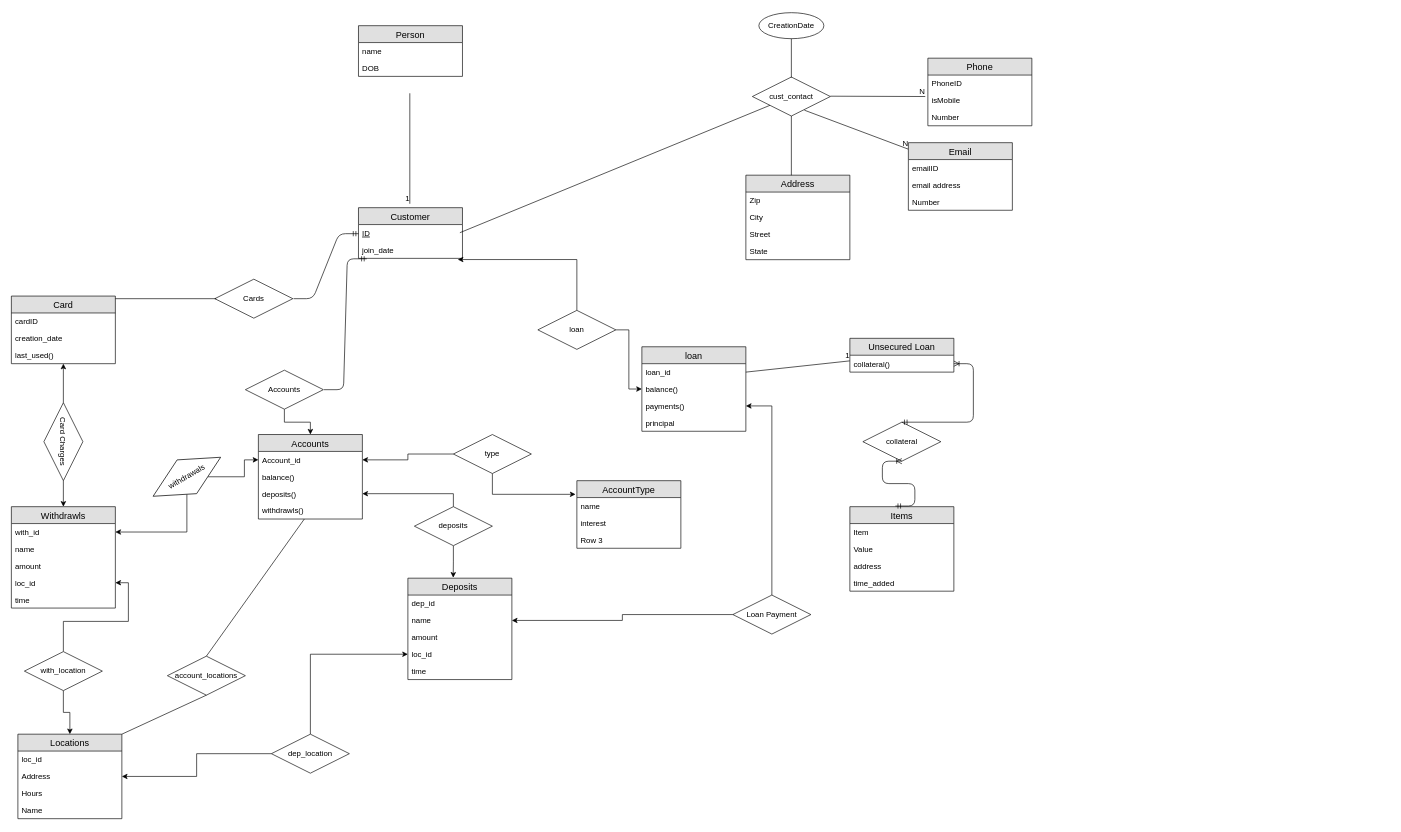
Before: CSE341-initial.drawio in codyben/cse341-final-proj, a draw.io diagram. Source tidied: cells renumbered, new cells numbered last; positions are measured from the earlier drawing's top-left corner, leaving out a move shared by most shapes. Both pictures are drawn from the tidied source at 65%, with x=0, y=0 at pixel (11, 12).
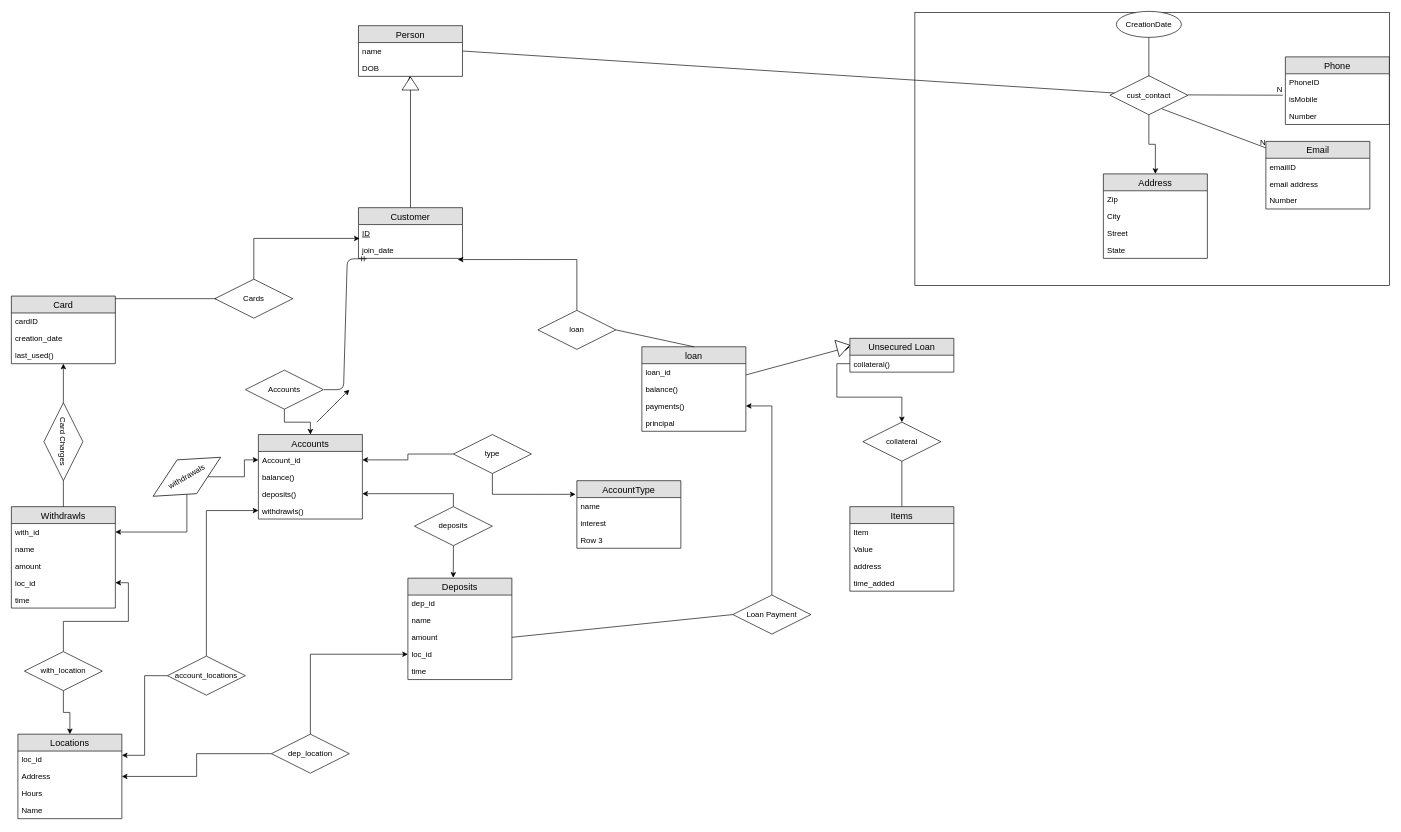
The same page after the edit.

The change refers to these unchanged cells:
```xml
<mxCell id="3" value="name&#10;" style="text;strokeColor=none;fillColor=none;spacingLeft=4;spacingRight=4;overflow=hidden;points=[[0,0.5],[1,0.5]];portConstraint=eastwest;fontSize=12;" parent="2" vertex="1">
  <mxGeometry y="26" width="160" height="26" as="geometry" />
</mxCell>
<mxCell id="4" value="DOB" style="text;strokeColor=none;fillColor=none;spacingLeft=4;spacingRight=4;overflow=hidden;points=[[0,0.5],[1,0.5]];portConstraint=eastwest;fontSize=12;" parent="2" vertex="1">
  <mxGeometry y="52" width="160" height="26" as="geometry" />
</mxCell>
<mxCell id="7" value="Customer" style="swimlane;fontStyle=0;horizontal=1;startSize=26;fillColor=#e0e0e0;swimlaneFillColor=#ffffff;align=center;fontSize=14;" parent="1" vertex="1">
  <mxGeometry x="534" y="300" width="160" height="78" as="geometry" />
</mxCell>
<mxCell id="9" value="join_date" style="text;strokeColor=none;fillColor=none;spacingLeft=4;spacingRight=4;overflow=hidden;points=[[0,0.5],[1,0.5]];portConstraint=eastwest;fontSize=12;" parent="7" vertex="1">
  <mxGeometry y="52" width="160" height="26" as="geometry" />
</mxCell>
<mxCell id="33" value="Cards" style="shape=rhombus;perimeter=rhombusPerimeter;whiteSpace=wrap;html=1;align=center;" parent="1" vertex="1">
  <mxGeometry x="313" y="410" width="120" height="60" as="geometry" />
</mxCell>
<mxCell id="41" value="Card Charges&lt;br&gt;" style="shape=rhombus;perimeter=rhombusPerimeter;whiteSpace=wrap;html=1;align=center;rotation=90;" parent="1" vertex="1">
  <mxGeometry x="20" y="630" width="120" height="60" as="geometry" />
</mxCell>
<mxCell id="42" value="Withdrawls" style="swimlane;fontStyle=0;horizontal=1;startSize=26;fillColor=#e0e0e0;swimlaneFillColor=#ffffff;align=center;fontSize=14;" parent="1" vertex="1">
  <mxGeometry y="760" width="160" height="156" as="geometry" />
</mxCell>
<mxCell id="55" value="withdrawls()" style="text;strokeColor=none;fillColor=none;spacingLeft=4;spacingRight=4;overflow=hidden;points=[[0,0.5],[1,0.5]];portConstraint=eastwest;fontSize=12;" parent="51" vertex="1">
  <mxGeometry y="104" width="160" height="26" as="geometry" />
</mxCell>
<mxCell id="64" value="name" style="text;strokeColor=none;fillColor=none;spacingLeft=4;spacingRight=4;overflow=hidden;points=[[0,0.5],[1,0.5]];portConstraint=eastwest;fontSize=12;" parent="62" vertex="1">
  <mxGeometry y="52" width="160" height="26" as="geometry" />
</mxCell>
<mxCell id="65" value="amount" style="text;strokeColor=none;fillColor=none;spacingLeft=4;spacingRight=4;overflow=hidden;points=[[0,0.5],[1,0.5]];portConstraint=eastwest;fontSize=12;" parent="62" vertex="1">
  <mxGeometry y="78" width="160" height="26" as="geometry" />
</mxCell>
<mxCell id="77" value="loan" style="shape=rhombus;perimeter=rhombusPerimeter;whiteSpace=wrap;html=1;align=center;" parent="1" vertex="1">
  <mxGeometry x="810" y="458" width="120" height="60" as="geometry" />
</mxCell>
<mxCell id="78" value="loan" style="swimlane;fontStyle=0;horizontal=1;startSize=26;fillColor=#e0e0e0;swimlaneFillColor=#ffffff;align=center;fontSize=14;" parent="1" vertex="1">
  <mxGeometry x="970" y="514" width="160" height="130" as="geometry" />
</mxCell>
<mxCell id="79" value="loan_id" style="text;strokeColor=none;fillColor=none;spacingLeft=4;spacingRight=4;overflow=hidden;points=[[0,0.5],[1,0.5]];portConstraint=eastwest;fontSize=12;" parent="78" vertex="1">
  <mxGeometry y="26" width="160" height="26" as="geometry" />
</mxCell>
<mxCell id="85" value="Loan Payment" style="shape=rhombus;perimeter=rhombusPerimeter;whiteSpace=wrap;html=1;align=center;" parent="1" vertex="1">
  <mxGeometry x="1110" y="896" width="120" height="60" as="geometry" />
</mxCell>
<mxCell id="86" value="Locations" style="swimlane;fontStyle=0;horizontal=1;startSize=26;fillColor=#e0e0e0;swimlaneFillColor=#ffffff;align=center;fontSize=14;" parent="1" vertex="1">
  <mxGeometry x="10" y="1110" width="160" height="130" as="geometry" />
</mxCell>
<mxCell id="93" value="Unsecured Loan" style="swimlane;fontStyle=0;horizontal=1;startSize=26;fillColor=#e0e0e0;swimlaneFillColor=#ffffff;align=center;fontSize=14;" parent="1" vertex="1">
  <mxGeometry x="1290" y="501" width="160" height="52" as="geometry" />
</mxCell>
<mxCell id="94" value="collateral()" style="text;strokeColor=none;fillColor=none;spacingLeft=4;spacingRight=4;overflow=hidden;points=[[0,0.5],[1,0.5]];portConstraint=eastwest;fontSize=12;" parent="93" vertex="1">
  <mxGeometry y="26" width="160" height="26" as="geometry" />
</mxCell>
<mxCell id="95" value="Items" style="swimlane;fontStyle=0;horizontal=1;startSize=26;fillColor=#e0e0e0;swimlaneFillColor=#ffffff;align=center;fontSize=14;" parent="1" vertex="1">
  <mxGeometry x="1290" y="760" width="160" height="130" as="geometry" />
</mxCell>
<mxCell id="100" value="collateral" style="shape=rhombus;perimeter=rhombusPerimeter;whiteSpace=wrap;html=1;align=center;" parent="1" vertex="1">
  <mxGeometry x="1310" y="630" width="120" height="60" as="geometry" />
</mxCell>
<mxCell id="103" value="account_locations" style="shape=rhombus;perimeter=rhombusPerimeter;whiteSpace=wrap;html=1;align=center;" parent="1" vertex="1">
  <mxGeometry x="240" y="990" width="120" height="60" as="geometry" />
</mxCell>
```

Change to the diagram source:
```diff
@@
-    <mxCell id="5" style="endArrow=none;html=1;rounded=0;" parent="1" edge="1">
-      <mxGeometry relative="1" as="geometry">
-        <mxPoint x="613" y="124" as="sourcePoint" />
-        <mxPoint x="613" y="294" as="targetPoint" />
-      </mxGeometry>
-    </mxCell>
-    <mxCell id="6" value="1" style="html=1;align=right;verticalAlign=bottom;" parent="5" vertex="1">
-      <mxGeometry x="1" relative="1" as="geometry" />
-    </mxCell>
@@
-    <mxCell id="10" value="cust_contact" style="shape=rhombus;perimeter=rhombusPerimeter;whiteSpace=wrap;html=1;align=center;" parent="1" vertex="1">
-      <mxGeometry x="1140" y="99" width="120" height="60" as="geometry" />
-    </mxCell>
-    <mxCell id="11" style="endArrow=none;html=1;rounded=0;" parent="1" edge="1">
-      <mxGeometry relative="1" as="geometry">
-        <mxPoint x="1260" y="128.5" as="sourcePoint" />
-        <mxPoint x="1406" y="129" as="targetPoint" />
-      </mxGeometry>
-    </mxCell>
-    <mxCell id="12" value="N" style="html=1;align=right;verticalAlign=bottom;" parent="11" vertex="1">
-      <mxGeometry x="1" relative="1" as="geometry" />
-    </mxCell>
-    <mxCell id="13" style="endArrow=none;html=1;rounded=0;" parent="1" edge="1" target="10">
-      <mxGeometry relative="1" as="geometry">
-        <mxPoint x="690" y="338.5" as="sourcePoint" />
-      </mxGeometry>
-    </mxCell>
-    <mxCell id="14" value="Phone" style="swimlane;fontStyle=0;horizontal=1;startSize=26;fillColor=#e0e0e0;swimlaneFillColor=#ffffff;align=center;fontSize=14;" parent="1" vertex="1">
-      <mxGeometry x="1410" y="70" width="160" height="104" as="geometry" />
-    </mxCell>
-    <mxCell id="15" value="PhoneID" style="text;strokeColor=none;fillColor=none;spacingLeft=4;spacingRight=4;overflow=hidden;fontSize=12;" parent="14" vertex="1">
-      <mxGeometry y="26" width="160" height="26" as="geometry" />
-    </mxCell>
-    <mxCell id="16" value="isMobile" style="text;strokeColor=none;fillColor=none;spacingLeft=4;spacingRight=4;overflow=hidden;fontSize=12;" parent="14" vertex="1">
-      <mxGeometry y="52" width="160" height="26" as="geometry" />
-    </mxCell>
-    <mxCell id="17" value="Number" style="text;strokeColor=none;fillColor=none;spacingLeft=4;spacingRight=4;overflow=hidden;fontSize=12;" parent="14" vertex="1">
-      <mxGeometry y="78" width="160" height="26" as="geometry" />
-    </mxCell>
-    <mxCell id="18" style="endArrow=none;html=1;rounded=0;" parent="1" edge="1">
-      <mxGeometry relative="1" as="geometry">
-        <mxPoint x="1220" y="150" as="sourcePoint" />
-        <mxPoint x="1380" y="210" as="targetPoint" />
-      </mxGeometry>
-    </mxCell>
-    <mxCell id="19" value="N" style="html=1;align=right;verticalAlign=bottom;" parent="18" vertex="1">
-      <mxGeometry x="1" relative="1" as="geometry" />
-    </mxCell>
-    <mxCell id="20" value="Email" style="swimlane;fontStyle=0;horizontal=1;startSize=26;fillColor=#e0e0e0;swimlaneFillColor=#ffffff;align=center;fontSize=14;" parent="1" vertex="1">
-      <mxGeometry x="1380" y="200" width="160" height="104" as="geometry" />
-    </mxCell>
-    <mxCell id="21" value="emailID" style="text;strokeColor=none;fillColor=none;spacingLeft=4;spacingRight=4;overflow=hidden;fontSize=12;" parent="20" vertex="1">
-      <mxGeometry y="26" width="160" height="26" as="geometry" />
-    </mxCell>
-    <mxCell id="22" value="email address" style="text;strokeColor=none;fillColor=none;spacingLeft=4;spacingRight=4;overflow=hidden;fontSize=12;" parent="20" vertex="1">
-      <mxGeometry y="52" width="160" height="26" as="geometry" />
-    </mxCell>
-    <mxCell id="23" value="Number" style="text;strokeColor=none;fillColor=none;spacingLeft=4;spacingRight=4;overflow=hidden;fontSize=12;" parent="20" vertex="1">
-      <mxGeometry y="78" width="160" height="26" as="geometry" />
-    </mxCell>
-    <mxCell id="24" value="CreationDate" style="ellipse;whiteSpace=wrap;html=1;align=center;" parent="1" vertex="1">
-      <mxGeometry x="1150" width="100" height="40" as="geometry" />
-    </mxCell>
-    <mxCell id="25" style="endArrow=none;html=1;rounded=0;entryX=0.5;entryY=1;entryDx=0;entryDy=0;" parent="1" edge="1" target="24">
-      <mxGeometry relative="1" as="geometry">
-        <mxPoint x="1200" y="100" as="sourcePoint" />
-      </mxGeometry>
-    </mxCell>
-    <mxCell id="26" style="endArrow=none;html=1;rounded=0;" parent="1" edge="1">
-      <mxGeometry relative="1" as="geometry">
-        <mxPoint x="1200" y="159" as="sourcePoint" />
-        <mxPoint x="1200" y="260" as="targetPoint" />
-      </mxGeometry>
-    </mxCell>
-    <mxCell id="27" value="Address" style="swimlane;fontStyle=0;horizontal=1;startSize=26;fillColor=#e0e0e0;swimlaneFillColor=#ffffff;align=center;fontSize=14;" parent="1" vertex="1">
-      <mxGeometry x="1130" y="250" width="160" height="130" as="geometry" />
-    </mxCell>
-    <mxCell id="28" value="Zip" style="text;strokeColor=none;fillColor=none;spacingLeft=4;spacingRight=4;overflow=hidden;fontSize=12;" parent="27" vertex="1">
-      <mxGeometry y="26" width="160" height="26" as="geometry" />
-    </mxCell>
-    <mxCell id="29" value="City" style="text;strokeColor=none;fillColor=none;spacingLeft=4;spacingRight=4;overflow=hidden;fontSize=12;" parent="27" vertex="1">
-      <mxGeometry y="52" width="160" height="26" as="geometry" />
-    </mxCell>
-    <mxCell id="30" value="Street" style="text;strokeColor=none;fillColor=none;spacingLeft=4;spacingRight=4;overflow=hidden;fontSize=12;" parent="27" vertex="1">
-      <mxGeometry y="78" width="160" height="26" as="geometry" />
-    </mxCell>
-    <mxCell id="31" value="State" style="text;strokeColor=none;fillColor=none;spacingLeft=4;spacingRight=4;overflow=hidden;fontSize=12;" parent="27" vertex="1">
-      <mxGeometry y="104" width="160" height="26" as="geometry" />
-    </mxCell>
-    <mxCell id="32" style="edgeStyle=entityRelationEdgeStyle;fontSize=12;html=1;endArrow=ERmandOne;" parent="1" edge="1">
-      <mxGeometry relative="1" as="geometry">
-        <mxPoint x="434" y="440" as="sourcePoint" />
-        <mxPoint x="534" y="340" as="targetPoint" />
-      </mxGeometry>
-    </mxCell>
+    <mxCell id="112" style="edgeStyle=orthogonalEdgeStyle;rounded=0;jettySize=auto;html=1;entryX=0.011;entryY=-0.181;entryDx=0;entryDy=0;entryPerimeter=0;" parent="1" edge="1" source="33" target="9">
+      <mxGeometry relative="1" as="geometry" />
+    </mxCell>
@@
-    <mxCell id="40" style="edgeStyle=orthogonalEdgeStyle;rounded=0;jettySize=auto;html=1;" parent="1" edge="1" source="41" target="42">
-      <mxGeometry relative="1" as="geometry" />
-    </mxCell>
@@
-    <mxCell id="76" style="edgeStyle=orthogonalEdgeStyle;rounded=0;jettySize=auto;html=1;" parent="1" edge="1" source="77" target="78">
-      <mxGeometry relative="1" as="geometry" />
-    </mxCell>
@@
-    <mxCell id="84" style="edgeStyle=orthogonalEdgeStyle;rounded=0;jettySize=auto;html=1;entryX=1;entryY=0.5;entryDx=0;entryDy=0;" parent="1" edge="1" source="85" target="64">
-      <mxGeometry relative="1" as="geometry" />
-    </mxCell>
@@
-    <mxCell id="91" style="endArrow=none;html=1;rounded=0;exitX=1;exitY=0.5;exitDx=0;exitDy=0;" parent="1" edge="1" source="79" target="93">
-      <mxGeometry relative="1" as="geometry" />
-    </mxCell>
-    <mxCell id="92" value="1" style="html=1;align=right;verticalAlign=bottom;" parent="91" vertex="1">
-      <mxGeometry x="1" relative="1" as="geometry" />
-    </mxCell>
@@
-    <mxCell id="101" style="edgeStyle=entityRelationEdgeStyle;fontSize=12;html=1;endArrow=ERoneToMany;startArrow=ERmandOne;exitX=0.5;exitY=0;exitDx=0;exitDy=0;" parent="1" edge="1" source="100" target="94">
-      <mxGeometry relative="1" as="geometry" />
-    </mxCell>
-    <mxCell id="102" style="edgeStyle=entityRelationEdgeStyle;fontSize=12;html=1;endArrow=ERoneToMany;startArrow=ERmandOne;exitX=0.5;exitY=0;exitDx=0;exitDy=0;entryX=0.5;entryY=1;entryDx=0;entryDy=0;" parent="1" edge="1" target="100">
-      <mxGeometry relative="1" as="geometry">
-        <mxPoint x="1360" y="759" as="sourcePoint" />
-      </mxGeometry>
-    </mxCell>
+    <mxCell id="113" style="edgeStyle=orthogonalEdgeStyle;rounded=0;jettySize=auto;html=1;entryX=1;entryY=0.25;entryDx=0;entryDy=0;" parent="1" edge="1" source="103" target="86">
+      <mxGeometry relative="1" as="geometry" />
+    </mxCell>
+    <mxCell id="114" style="edgeStyle=orthogonalEdgeStyle;rounded=0;jettySize=auto;html=1;" parent="1" edge="1" source="103" target="55">
+      <mxGeometry relative="1" as="geometry" />
+    </mxCell>
@@
-    <mxCell id="104" style="endArrow=none;html=1;rounded=0;" parent="1" edge="1" target="55">
-      <mxGeometry relative="1" as="geometry">
-        <mxPoint x="300" y="990" as="sourcePoint" />
-      </mxGeometry>
-    </mxCell>
-    <mxCell id="105" style="endArrow=none;html=1;rounded=0;exitX=1;exitY=0;exitDx=0;exitDy=0;" parent="1" edge="1" source="86">
-      <mxGeometry relative="1" as="geometry">
-        <mxPoint x="300" y="1050" as="targetPoint" />
-      </mxGeometry>
-    </mxCell>
@@
+    <mxCell id="115" style="endArrow=classic;html=1;entryX=0.493;entryY=0.973;entryDx=0;entryDy=0;entryPerimeter=0;" parent="1" edge="1" source="117" target="4">
+      <mxGeometry relative="1" as="geometry" />
+    </mxCell>
+    <mxCell id="116" style="endArrow=classic;html=1;entryX=1;entryY=0.5;entryDx=0;entryDy=0;" parent="1" edge="1" source="7" target="117">
+      <mxGeometry relative="1" as="geometry" />
+    </mxCell>
+    <mxCell id="117" style="triangle;whiteSpace=wrap;html=1;rotation=-90;" parent="1" vertex="1">
+      <mxGeometry x="604" y="96" width="20" height="26" as="geometry" />
+    </mxCell>
+    <mxCell id="118" style="endArrow=classic;html=1;" parent="1" edge="1">
+      <mxGeometry relative="1" as="geometry">
+        <mxPoint x="470" y="630" as="sourcePoint" />
+        <mxPoint x="520" y="580" as="targetPoint" />
+      </mxGeometry>
+    </mxCell>
+    <mxCell id="119" style="endArrow=none;html=1;entryX=1;entryY=0.5;entryDx=0;entryDy=0;exitX=0.5;exitY=0;exitDx=0;exitDy=0;" parent="1" edge="1" source="42" target="41">
+      <mxGeometry relative="1" as="geometry" />
+    </mxCell>
+    <mxCell id="76" style="endArrow=none;html=1;entryX=0.5;entryY=0;entryDx=0;entryDy=0;exitX=1;exitY=0.5;exitDx=0;exitDy=0;" parent="1" edge="1" source="77" target="78">
+      <mxGeometry relative="1" as="geometry" />
+    </mxCell>
+    <mxCell id="120" style="endArrow=none;html=1;entryX=0;entryY=0.5;entryDx=0;entryDy=0;exitX=1;exitY=0.5;exitDx=0;exitDy=0;" parent="1" edge="1" source="65" target="85">
+      <mxGeometry relative="1" as="geometry" />
+    </mxCell>
+    <mxCell id="121" style="endArrow=classic;html=1;entryX=0;entryY=0.25;entryDx=0;entryDy=0;" parent="1" edge="1" source="78" target="93">
+      <mxGeometry relative="1" as="geometry" />
+    </mxCell>
+    <mxCell id="122" style="triangle;whiteSpace=wrap;html=1;rotation=-15;" parent="1" vertex="1">
+      <mxGeometry x="1270" y="501" width="20" height="26" as="geometry" />
+    </mxCell>
+    <mxCell id="123" style="edgeStyle=orthogonalEdgeStyle;rounded=0;jettySize=auto;html=1;entryX=0.5;entryY=0;entryDx=0;entryDy=0;" parent="1" edge="1" source="94" target="100">
+      <mxGeometry relative="1" as="geometry" />
+    </mxCell>
+    <mxCell id="124" style="endArrow=none;html=1;entryX=0.5;entryY=1;entryDx=0;entryDy=0;exitX=0.5;exitY=0;exitDx=0;exitDy=0;" parent="1" edge="1" source="95" target="100">
+      <mxGeometry relative="1" as="geometry" />
+    </mxCell>
+    <mxCell id="125" style="rounded=0;whiteSpace=wrap;html=1;" parent="1" vertex="1">
+      <mxGeometry x="1390" width="730" height="420" as="geometry" />
+    </mxCell>
+    <mxCell id="126" style="edgeStyle=orthogonalEdgeStyle;rounded=0;jettySize=auto;html=1;" parent="1" edge="1" source="10" target="27">
+      <mxGeometry relative="1" as="geometry" />
+    </mxCell>
+    <mxCell id="10" value="cust_contact" style="shape=rhombus;perimeter=rhombusPerimeter;whiteSpace=wrap;html=1;align=center;" parent="1" vertex="1">
+      <mxGeometry x="1690" y="97" width="120" height="60" as="geometry" />
+    </mxCell>
+    <mxCell id="127" style="endArrow=none;html=1;rounded=0;" parent="1" edge="1">
+      <mxGeometry relative="1" as="geometry">
+        <mxPoint x="1810" y="126.5" as="sourcePoint" />
+        <mxPoint x="1956" y="127" as="targetPoint" />
+      </mxGeometry>
+    </mxCell>
+    <mxCell id="128" value="N" style="html=1;align=right;verticalAlign=bottom;" parent="127" vertex="1">
+      <mxGeometry x="1" relative="1" as="geometry" />
+    </mxCell>
+    <mxCell id="129" style="endArrow=none;html=1;rounded=0;exitX=1;exitY=0.5;exitDx=0;exitDy=0;" parent="1" edge="1" source="3" target="10">
+      <mxGeometry relative="1" as="geometry" />
+    </mxCell>
+    <mxCell id="14" value="Phone" style="swimlane;fontStyle=0;horizontal=1;startSize=26;fillColor=#e0e0e0;swimlaneFillColor=#ffffff;align=center;fontSize=14;" parent="1" vertex="1">
+      <mxGeometry x="1960" y="68" width="160" height="104" as="geometry" />
+    </mxCell>
+    <mxCell id="15" value="PhoneID" style="text;strokeColor=none;fillColor=none;spacingLeft=4;spacingRight=4;overflow=hidden;fontSize=12;" parent="14" vertex="1">
+      <mxGeometry y="26" width="160" height="26" as="geometry" />
+    </mxCell>
+    <mxCell id="16" value="isMobile" style="text;strokeColor=none;fillColor=none;spacingLeft=4;spacingRight=4;overflow=hidden;fontSize=12;" parent="14" vertex="1">
+      <mxGeometry y="52" width="160" height="26" as="geometry" />
+    </mxCell>
+    <mxCell id="130" value="Number" style="text;strokeColor=none;fillColor=none;spacingLeft=4;spacingRight=4;overflow=hidden;fontSize=12;" parent="14" vertex="1">
+      <mxGeometry y="78" width="160" height="26" as="geometry" />
+    </mxCell>
+    <mxCell id="131" style="endArrow=none;html=1;rounded=0;" parent="1" edge="1">
+      <mxGeometry relative="1" as="geometry">
+        <mxPoint x="1770" y="148" as="sourcePoint" />
+        <mxPoint x="1930" y="208" as="targetPoint" />
+      </mxGeometry>
+    </mxCell>
+    <mxCell id="132" value="N" style="html=1;align=right;verticalAlign=bottom;" parent="131" vertex="1">
+      <mxGeometry x="1" relative="1" as="geometry" />
+    </mxCell>
+    <mxCell id="20" value="Email" style="swimlane;fontStyle=0;horizontal=1;startSize=26;fillColor=#e0e0e0;swimlaneFillColor=#ffffff;align=center;fontSize=14;" parent="1" vertex="1">
+      <mxGeometry x="1930" y="198" width="160" height="104" as="geometry" />
+    </mxCell>
+    <mxCell id="21" value="emailID" style="text;strokeColor=none;fillColor=none;spacingLeft=4;spacingRight=4;overflow=hidden;fontSize=12;" parent="20" vertex="1">
+      <mxGeometry y="26" width="160" height="26" as="geometry" />
+    </mxCell>
+    <mxCell id="22" value="email address" style="text;strokeColor=none;fillColor=none;spacingLeft=4;spacingRight=4;overflow=hidden;fontSize=12;" parent="20" vertex="1">
+      <mxGeometry y="52" width="160" height="26" as="geometry" />
+    </mxCell>
+    <mxCell id="133" value="Number" style="text;strokeColor=none;fillColor=none;spacingLeft=4;spacingRight=4;overflow=hidden;fontSize=12;" parent="20" vertex="1">
+      <mxGeometry y="78" width="160" height="26" as="geometry" />
+    </mxCell>
+    <mxCell id="24" value="CreationDate" style="ellipse;whiteSpace=wrap;html=1;align=center;" parent="1" vertex="1">
+      <mxGeometry x="1700" y="-2" width="100" height="40" as="geometry" />
+    </mxCell>
+    <mxCell id="134" style="endArrow=none;html=1;rounded=0;entryX=0.5;entryY=1;entryDx=0;entryDy=0;" parent="1" edge="1" target="24">
+      <mxGeometry relative="1" as="geometry">
+        <mxPoint x="1750" y="98" as="sourcePoint" />
+      </mxGeometry>
+    </mxCell>
+    <mxCell id="27" value="Address" style="swimlane;fontStyle=0;horizontal=1;startSize=26;fillColor=#e0e0e0;swimlaneFillColor=#ffffff;align=center;fontSize=14;" parent="1" vertex="1">
+      <mxGeometry x="1680" y="248" width="160" height="130" as="geometry" />
+    </mxCell>
+    <mxCell id="28" value="Zip" style="text;strokeColor=none;fillColor=none;spacingLeft=4;spacingRight=4;overflow=hidden;fontSize=12;" parent="27" vertex="1">
+      <mxGeometry y="26" width="160" height="26" as="geometry" />
+    </mxCell>
+    <mxCell id="29" value="City" style="text;strokeColor=none;fillColor=none;spacingLeft=4;spacingRight=4;overflow=hidden;fontSize=12;" parent="27" vertex="1">
+      <mxGeometry y="52" width="160" height="26" as="geometry" />
+    </mxCell>
+    <mxCell id="30" value="Street" style="text;strokeColor=none;fillColor=none;spacingLeft=4;spacingRight=4;overflow=hidden;fontSize=12;" parent="27" vertex="1">
+      <mxGeometry y="78" width="160" height="26" as="geometry" />
+    </mxCell>
+    <mxCell id="31" value="State" style="text;strokeColor=none;fillColor=none;spacingLeft=4;spacingRight=4;overflow=hidden;fontSize=12;" parent="27" vertex="1">
+      <mxGeometry y="104" width="160" height="26" as="geometry" />
+    </mxCell>
```
